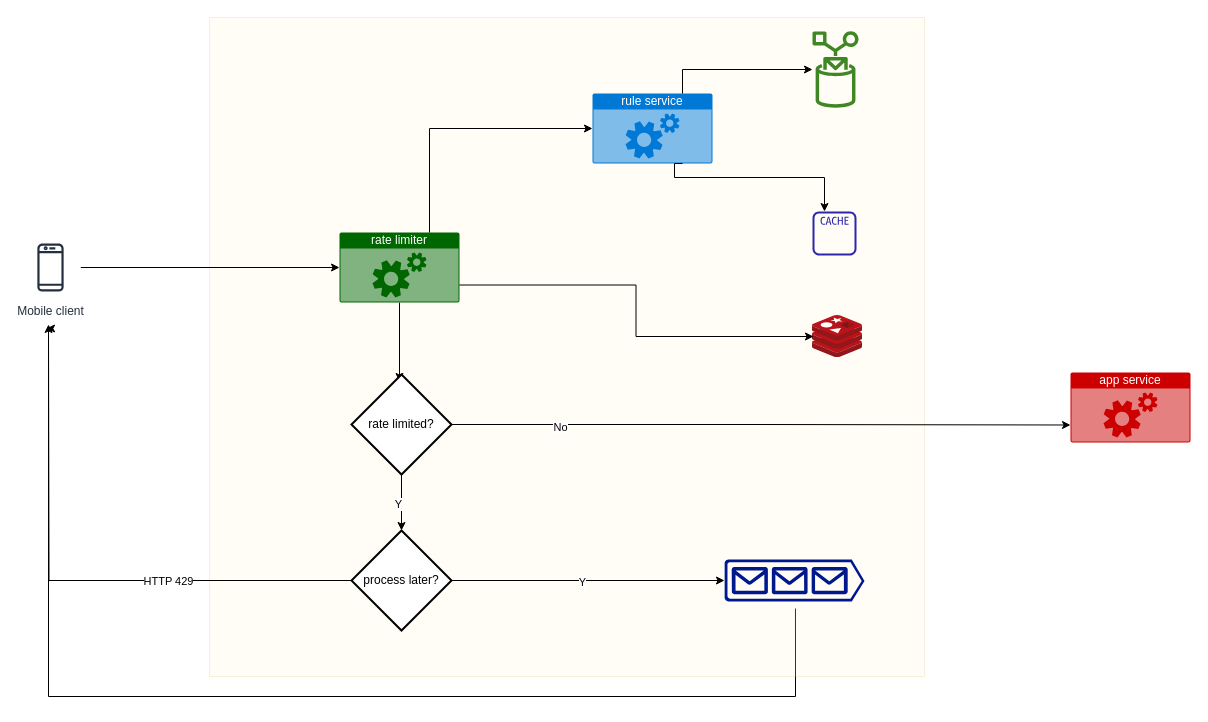
The draw.io diagram simple_rate-limiter.drawio in myfriendarnab/diagrams, before the edit. Source tidied: cells renumbered, new cells numbered last; positions are measured from the earlier drawing's top-left corner, leaving out a move shared by most shapes. Both pictures are drawn from the tidied source at 100%, with x=0, y=0 at pixel (20, 17).
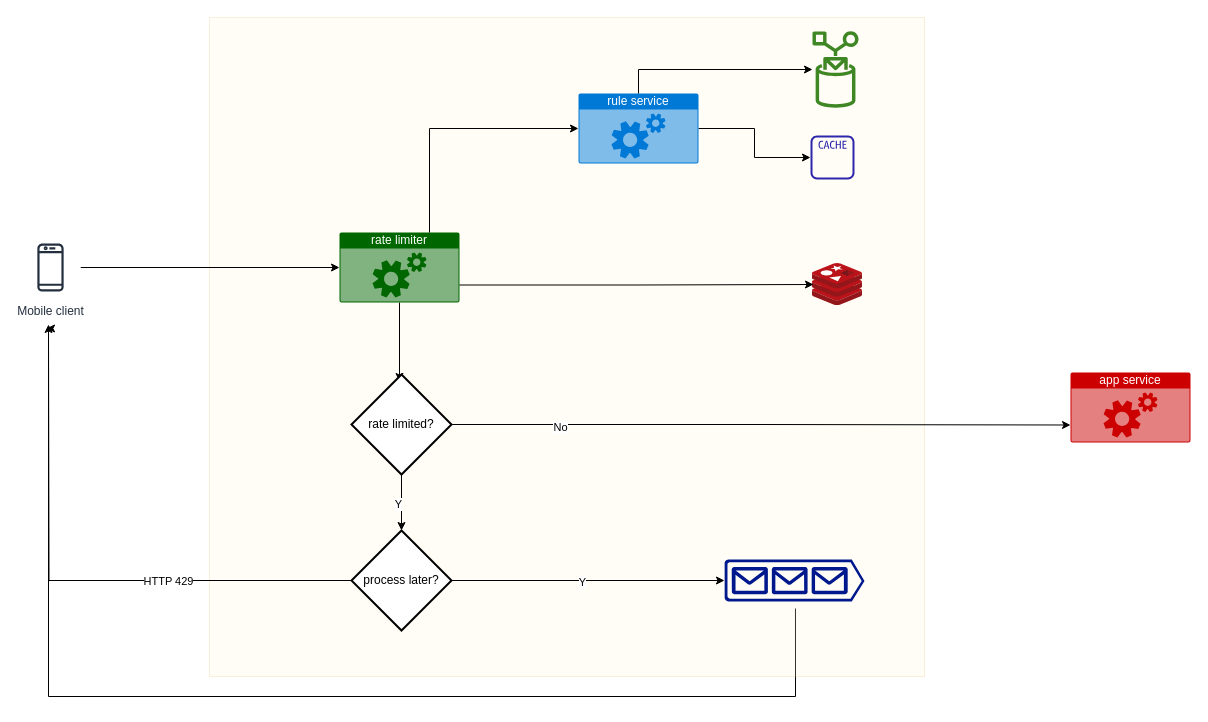
After the change.

The change refers to these unchanged cells:
```xml
<mxCell id="5" style="sketch=0;outlineConnect=0;fontColor=#232F3E;gradientColor=none;fillColor=#3F8624;strokeColor=none;dashed=0;verticalLabelPosition=bottom;verticalAlign=top;align=center;html=1;fontSize=12;fontStyle=0;shape=mxgraph.aws4.rule;" parent="1" vertex="1">
  <mxGeometry x="792" y="13" width="46" height="78" as="geometry" />
</mxCell>
```

Diff of the diagram source:
```diff
@@
     <mxCell id="4" style="image;sketch=0;html=1;points=[];align=center;fontSize=12;image=img/lib/mscae/Cache_Redis_Product.svg;" parent="1" vertex="1">
-      <mxGeometry x="792" y="298" width="50" height="42" as="geometry" />
+      <mxGeometry x="792" y="246" width="50" height="42" as="geometry" />
     </mxCell>
@@
     <mxCell id="8" style="sketch=0;outlineConnect=0;fontColor=#232F3E;gradientColor=none;fillColor=#2E27AD;strokeColor=none;dashed=0;verticalLabelPosition=bottom;verticalAlign=top;align=center;html=1;fontSize=12;fontStyle=0;shape=mxgraph.aws4.cache_node;" parent="1" vertex="1">
-      <mxGeometry x="792" y="194" width="44" height="44" as="geometry" />
+      <mxGeometry x="790" y="118" width="44" height="44" as="geometry" />
     </mxCell>
@@
+    <mxCell id="16" style="edgeStyle=orthogonalEdgeStyle;rounded=0;jettySize=auto;html=1;exitX=1;exitY=0.5;exitDx=0;exitDy=0;exitPerimeter=0;" parent="1" edge="1" source="12" target="8">
+      <mxGeometry relative="1" as="geometry" />
+    </mxCell>
     <mxCell id="12" value="rule service" style="html=1;whiteSpace=wrap;strokeColor=none;fillColor=#0079D6;labelPosition=center;verticalLabelPosition=middle;verticalAlign=top;align=center;fontSize=12;outlineConnect=0;spacingTop=-6;fontColor=#FFFFFF;sketch=0;shape=mxgraph.sitemap.services;" parent="1" vertex="1">
-      <mxGeometry x="572" y="76" width="120" height="70" as="geometry" />
+      <mxGeometry x="558" y="76" width="120" height="70" as="geometry" />
     </mxCell>
@@
-    <mxCell id="15" style="edgeStyle=orthogonalEdgeStyle;rounded=0;jettySize=auto;html=1;exitX=0.75;exitY=0;exitDx=0;exitDy=0;exitPerimeter=0;" parent="1" edge="1" source="12" target="5">
+    <mxCell id="15" style="edgeStyle=orthogonalEdgeStyle;rounded=0;jettySize=auto;html=1;exitX=0.5;exitY=0;exitDx=0;exitDy=0;exitPerimeter=0;" parent="1" edge="1" source="12" target="5">
       <mxGeometry relative="1" as="geometry" />
     </mxCell>
-    <mxCell id="16" style="edgeStyle=orthogonalEdgeStyle;rounded=0;jettySize=auto;html=1;exitX=0.75;exitY=1;exitDx=0;exitDy=0;exitPerimeter=0;" parent="1" edge="1" source="12" target="8">
-      <mxGeometry relative="1" as="geometry">
-        <Array as="points">
-          <mxPoint x="654" y="160" />
-          <mxPoint x="804" y="160" />
-        </Array>
-      </mxGeometry>
-    </mxCell>
```
